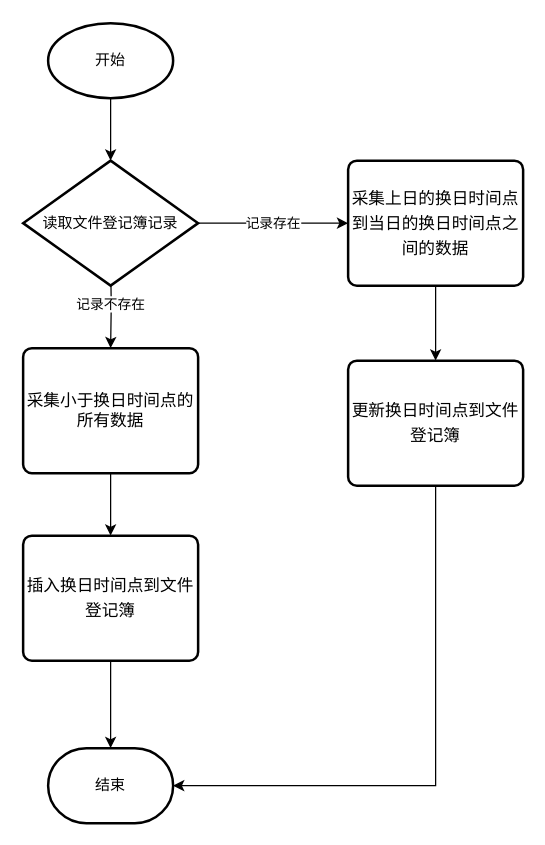
Before: Untitled Diagram.drawio in tangqingguo/helloworld, a draw.io diagram. Source tidied: cells renumbered, new cells numbered last; positions are measured from the earlier drawing's top-left corner, leaving out a move shared by most shapes. Both pictures are drawn from the tidied source at 125%, with x=0, y=0 at pixel (22, 22).
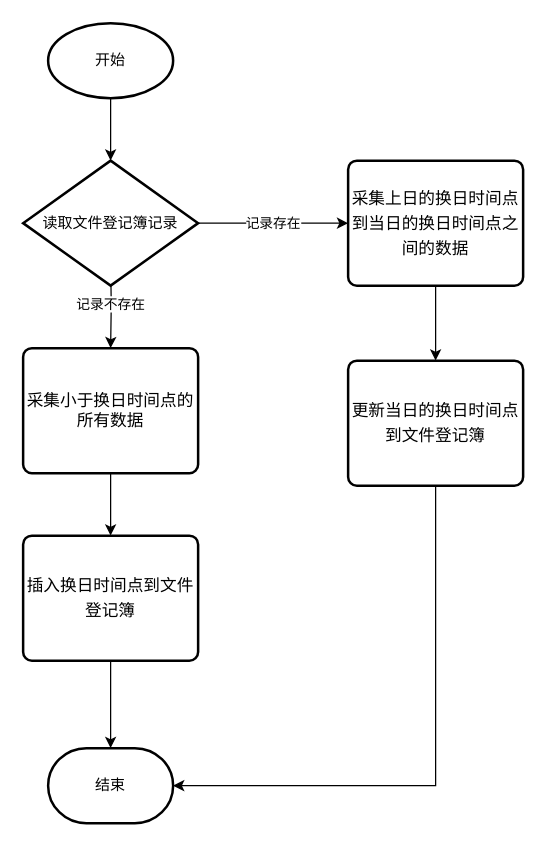
The same diagram, later.

The edit, as a diff of the source:
```diff
@@
 <mxGraphModel>
   <root>
     <mxCell id="0" />
     <mxCell id="1" parent="0" />
     <mxCell id="2" style="edgeStyle=orthogonalEdgeStyle;rounded=0;orthogonalLoop=1;jettySize=auto;html=1;exitX=0.5;exitY=1;exitDx=0;exitDy=0;entryX=0.5;entryY=0;entryDx=0;entryDy=0;" parent="1" edge="1">
       <mxGeometry relative="1" as="geometry">
         <mxPoint x="70" y="60" as="sourcePoint" />
         <mxPoint x="70" y="110" as="targetPoint" />
       </mxGeometry>
     </mxCell>
     <mxCell id="3" value="记录不存在" style="edgeStyle=orthogonalEdgeStyle;rounded=0;jettySize=auto;html=1;exitX=0.5;exitY=1;exitDx=0;exitDy=0;entryX=0.5;entryY=0;entryDx=0;entryDy=0;" parent="1" edge="1" target="6">
       <mxGeometry relative="1" as="geometry">
         <mxPoint x="70" y="190" as="sourcePoint" />
       </mxGeometry>
     </mxCell>
     <mxCell id="4" value="记录存在" style="edgeStyle=orthogonalEdgeStyle;rounded=0;jettySize=auto;html=1;exitX=1;exitY=0.5;exitDx=0;exitDy=0;entryX=0;entryY=0.5;entryDx=0;entryDy=0;exitPerimeter=0;" parent="1" edge="1" source="11" target="8">
       <mxGeometry relative="1" as="geometry" />
     </mxCell>
     <mxCell id="5" style="edgeStyle=orthogonalEdgeStyle;rounded=0;jettySize=auto;html=1;exitX=0.5;exitY=1;exitDx=0;exitDy=0;entryX=0.5;entryY=0;entryDx=0;entryDy=0;" parent="1" edge="1" source="6" target="10">
       <mxGeometry relative="1" as="geometry" />
     </mxCell>
     <mxCell id="6" value="&lt;span style=&quot;font-family: &amp;#34;microsoft yahei ui&amp;#34; , sans-serif ; font-size: 13.3333px&quot;&gt;采集小于换日时间点的所有数据&lt;/span&gt;" style="rounded=1;whiteSpace=wrap;html=1;absoluteArcSize=1;arcSize=14;strokeWidth=2;" parent="1" vertex="1">
       <mxGeometry y="260" width="140" height="100" as="geometry" />
     </mxCell>
     <mxCell id="7" style="edgeStyle=orthogonalEdgeStyle;rounded=0;jettySize=auto;html=1;exitX=0.5;exitY=1;exitDx=0;exitDy=0;entryX=0.5;entryY=0;entryDx=0;entryDy=0;" parent="1" edge="1" source="8" target="15">
       <mxGeometry relative="1" as="geometry" />
     </mxCell>
     <mxCell id="8" value="&lt;span style=&quot;font-size: 10.0pt ; line-height: 150% ; font-family: &amp;#34;microsoft yahei ui&amp;#34; , sans-serif&quot;&gt;采集上日的换日时间点到当日的换日时间点之间的数据&lt;/span&gt;" style="rounded=1;whiteSpace=wrap;html=1;absoluteArcSize=1;arcSize=14;strokeWidth=2;" parent="1" vertex="1">
       <mxGeometry x="260" y="110" width="140" height="100" as="geometry" />
     </mxCell>
     <mxCell id="9" style="edgeStyle=orthogonalEdgeStyle;rounded=0;jettySize=auto;html=1;exitX=0.5;exitY=1;exitDx=0;exitDy=0;entryX=0.5;entryY=0;entryDx=0;entryDy=0;entryPerimeter=0;" parent="1" edge="1" source="10" target="13">
       <mxGeometry relative="1" as="geometry" />
     </mxCell>
     <mxCell id="10" value="&lt;span style=&quot;font-size: 10.0pt ; line-height: 150% ; font-family: &amp;#34;microsoft yahei ui&amp;#34; , sans-serif&quot;&gt;插入换日时间点到文件登记簿&lt;/span&gt;" style="rounded=1;whiteSpace=wrap;html=1;absoluteArcSize=1;arcSize=14;strokeWidth=2;" parent="1" vertex="1">
       <mxGeometry y="410" width="140" height="100" as="geometry" />
     </mxCell>
     <mxCell id="11" value="&lt;span&gt;读取文件登记簿记录&lt;/span&gt;" style="strokeWidth=2;html=1;shape=mxgraph.flowchart.decision;whiteSpace=wrap;" parent="1" vertex="1">
       <mxGeometry y="110" width="140" height="100" as="geometry" />
     </mxCell>
     <mxCell id="12" value="&lt;span&gt;开始&lt;/span&gt;" style="strokeWidth=2;html=1;shape=mxgraph.flowchart.start_1;whiteSpace=wrap;" parent="1" vertex="1">
       <mxGeometry x="20" width="100" height="60" as="geometry" />
     </mxCell>
     <mxCell id="13" value="结束" style="strokeWidth=2;html=1;shape=mxgraph.flowchart.terminator;whiteSpace=wrap;" parent="1" vertex="1">
       <mxGeometry x="20" y="580" width="100" height="60" as="geometry" />
     </mxCell>
     <mxCell id="14" style="edgeStyle=orthogonalEdgeStyle;rounded=0;jettySize=auto;html=1;exitX=0.5;exitY=1;exitDx=0;exitDy=0;entryX=1;entryY=0.5;entryDx=0;entryDy=0;entryPerimeter=0;" parent="1" edge="1" source="15" target="13">
       <mxGeometry relative="1" as="geometry" />
     </mxCell>
-    <mxCell id="15" value="&lt;span style=&quot;font-size: 10.0pt ; line-height: 150% ; font-family: &amp;#34;microsoft yahei ui&amp;#34; , sans-serif&quot;&gt;更新换日时间点到文件登记簿&lt;/span&gt;" style="rounded=1;whiteSpace=wrap;html=1;absoluteArcSize=1;arcSize=14;strokeWidth=2;" parent="1" vertex="1">
+    <mxCell id="15" value="&lt;span style=&quot;font-size: 10.0pt ; line-height: 150% ; font-family: &amp;#34;microsoft yahei ui&amp;#34; , sans-serif&quot;&gt;更新当日的换日时间点到文件登记簿&lt;/span&gt;" style="rounded=1;whiteSpace=wrap;html=1;absoluteArcSize=1;arcSize=14;strokeWidth=2;" parent="1" vertex="1">
       <mxGeometry x="260" y="270" width="140" height="100" as="geometry" />
     </mxCell>
   </root>
 </mxGraphModel>
```
